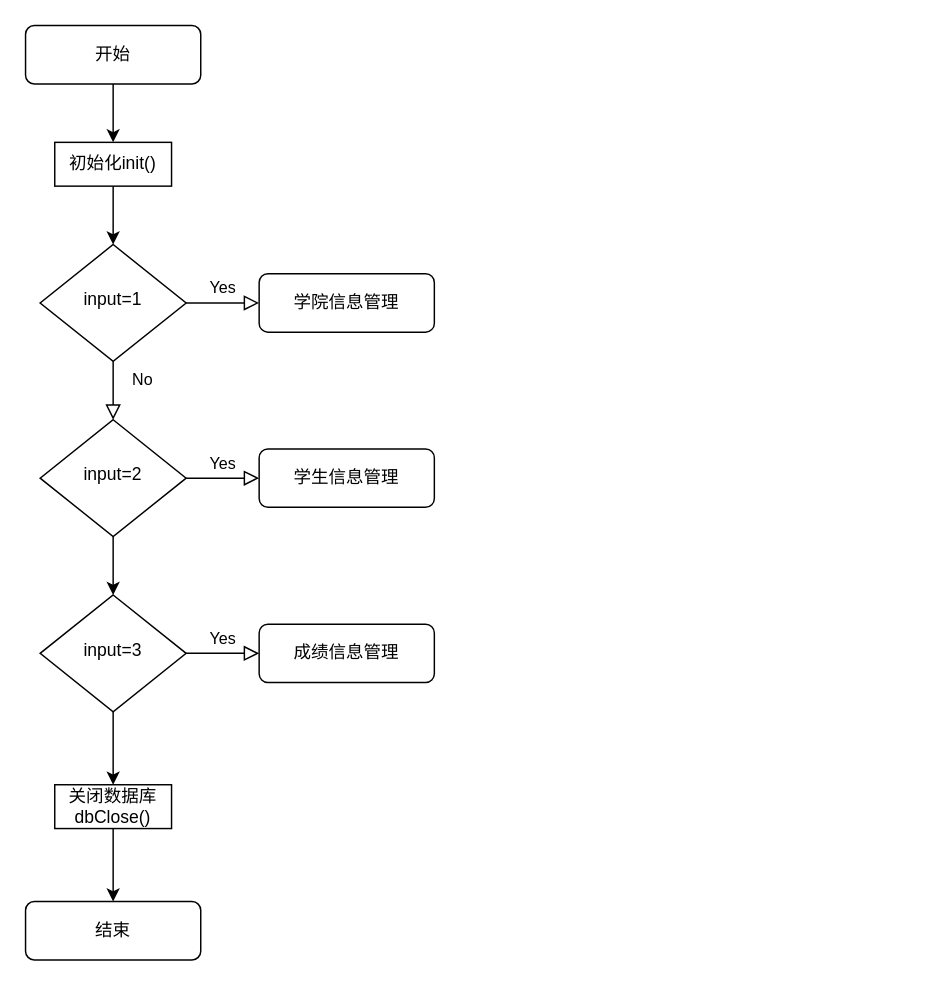
The draw.io diagram draw.io/linux课程设计/客户端整体流程图.drawio in ImZjm/ResourceHub, before the edit. Source tidied: cells renumbered, new cells numbered last; positions are measured from the earlier drawing's top-left corner, leaving out a move shared by most shapes. Both pictures are drawn from the tidied source at 146%, with x=0, y=0 at pixel (25, 25).
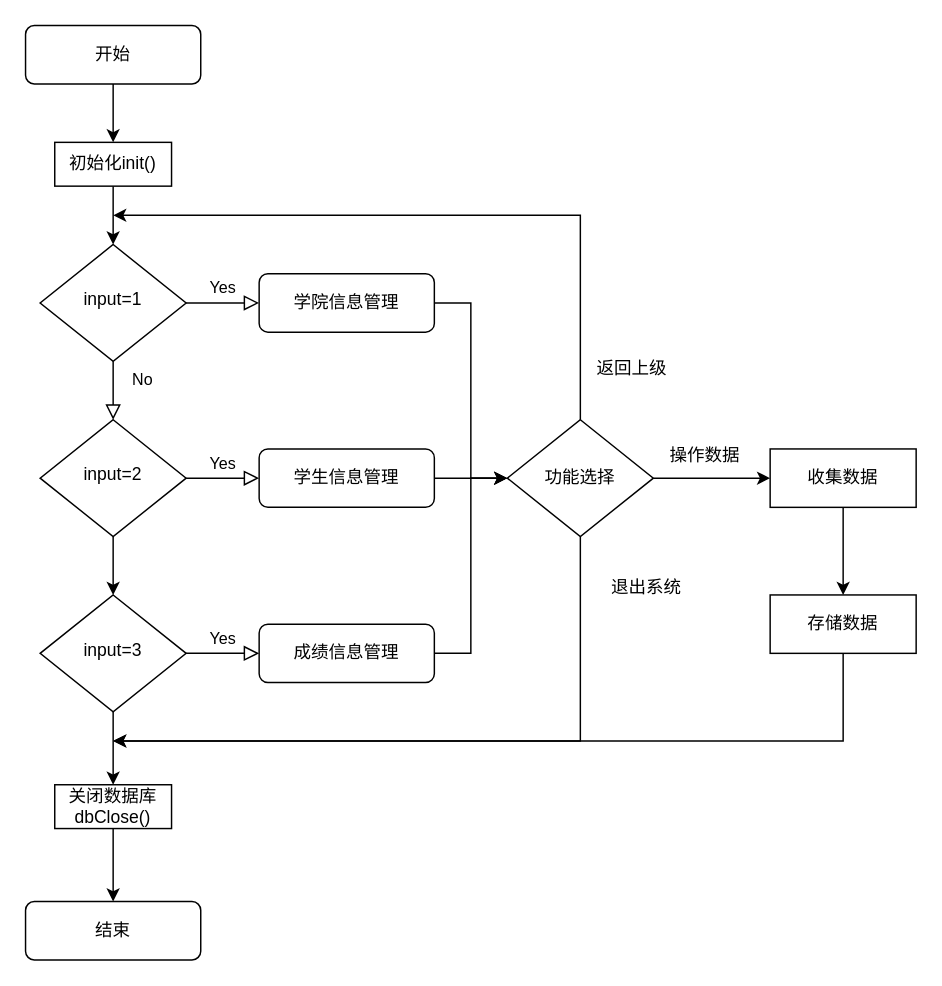
The same diagram, later.

Commit message:
更新客户端整体流程图.drawio

Unchanged cells that the change refers to:
```xml
<mxCell id="7" value="学院信息管理" style="rounded=1;whiteSpace=wrap;html=1;fontSize=12;glass=0;strokeWidth=1;shadow=0;" parent="1" vertex="1">
  <mxGeometry x="160" y="170" width="120" height="40" as="geometry" />
</mxCell>
<mxCell id="12" value="学生信息管理" style="rounded=1;whiteSpace=wrap;html=1;fontSize=12;glass=0;strokeWidth=1;shadow=0;" parent="1" vertex="1">
  <mxGeometry x="160" y="290" width="120" height="40" as="geometry" />
</mxCell>
<mxCell id="18" value="成绩信息管理" style="rounded=1;whiteSpace=wrap;html=1;fontSize=12;glass=0;strokeWidth=1;shadow=0;" parent="1" vertex="1">
  <mxGeometry x="160" y="410" width="120" height="40" as="geometry" />
</mxCell>
```

Change to the diagram source:
```diff
@@
+    <mxCell id="21" style="edgeStyle=orthogonalEdgeStyle;rounded=0;jettySize=auto;html=1;exitX=1;exitY=0.5;exitDx=0;exitDy=0;entryX=0;entryY=0.5;entryDx=0;entryDy=0;" parent="1" edge="1" source="7" target="27">
+      <mxGeometry relative="1" as="geometry" />
+    </mxCell>
@@
+    <mxCell id="22" style="edgeStyle=orthogonalEdgeStyle;rounded=0;jettySize=auto;html=1;" parent="1" edge="1" source="12" target="27">
+      <mxGeometry relative="1" as="geometry" />
+    </mxCell>
@@
+    <mxCell id="23" style="edgeStyle=orthogonalEdgeStyle;rounded=0;jettySize=auto;html=1;exitX=1;exitY=0.5;exitDx=0;exitDy=0;entryX=0;entryY=0.5;entryDx=0;entryDy=0;" parent="1" edge="1" source="18" target="27">
+      <mxGeometry relative="1" as="geometry" />
+    </mxCell>
@@
+    <mxCell id="24" style="edgeStyle=orthogonalEdgeStyle;rounded=0;jettySize=auto;html=1;exitX=0.5;exitY=0;exitDx=0;exitDy=0;" parent="1" edge="1" source="27">
+      <mxGeometry relative="1" as="geometry">
+        <mxPoint x="60" y="130" as="targetPoint" />
+        <Array as="points">
+          <mxPoint x="380" y="130" />
+        </Array>
+      </mxGeometry>
+    </mxCell>
+    <mxCell id="25" style="edgeStyle=orthogonalEdgeStyle;rounded=0;jettySize=auto;html=1;" parent="1" edge="1" source="27">
+      <mxGeometry relative="1" as="geometry">
+        <mxPoint x="60" y="490" as="targetPoint" />
+        <Array as="points">
+          <mxPoint x="380" y="490" />
+        </Array>
+      </mxGeometry>
+    </mxCell>
+    <mxCell id="26" style="edgeStyle=orthogonalEdgeStyle;rounded=0;jettySize=auto;html=1;" parent="1" edge="1" source="27" target="31">
+      <mxGeometry relative="1" as="geometry" />
+    </mxCell>
+    <mxCell id="27" value="功能选择" style="rhombus;whiteSpace=wrap;html=1;" parent="1" vertex="1">
+      <mxGeometry x="330" y="270" width="100" height="80" as="geometry" />
+    </mxCell>
+    <mxCell id="28" value="返回上级" style="text;html=1;align=center;verticalAlign=middle;strokeColor=none;fillColor=none;" parent="1" vertex="1">
+      <mxGeometry x="380" y="220" width="70" height="30" as="geometry" />
+    </mxCell>
+    <mxCell id="29" value="退出系统" style="text;html=1;align=center;verticalAlign=middle;strokeColor=none;fillColor=none;" parent="1" vertex="1">
+      <mxGeometry x="390" y="370" width="70" height="30" as="geometry" />
+    </mxCell>
+    <mxCell id="30" style="edgeStyle=orthogonalEdgeStyle;rounded=0;jettySize=auto;html=1;" parent="1" edge="1" source="31" target="34">
+      <mxGeometry relative="1" as="geometry" />
+    </mxCell>
+    <mxCell id="31" value="收集数据" style="whiteSpace=wrap;html=1;" parent="1" vertex="1">
+      <mxGeometry x="510" y="290" width="100" height="40" as="geometry" />
+    </mxCell>
+    <mxCell id="32" value="操作数据" style="text;html=1;align=center;verticalAlign=middle;strokeColor=none;fillColor=none;" parent="1" vertex="1">
+      <mxGeometry x="430" y="280" width="70" height="30" as="geometry" />
+    </mxCell>
+    <mxCell id="33" style="edgeStyle=orthogonalEdgeStyle;rounded=0;jettySize=auto;html=1;exitX=0.5;exitY=1;exitDx=0;exitDy=0;" parent="1" edge="1" source="34">
+      <mxGeometry relative="1" as="geometry">
+        <mxPoint x="60" y="490" as="targetPoint" />
+        <Array as="points">
+          <mxPoint x="560" y="490" />
+        </Array>
+      </mxGeometry>
+    </mxCell>
+    <mxCell id="34" value="存储数据" style="whiteSpace=wrap;html=1;" parent="1" vertex="1">
+      <mxGeometry x="510" y="390" width="100" height="40" as="geometry" />
+    </mxCell>
```
